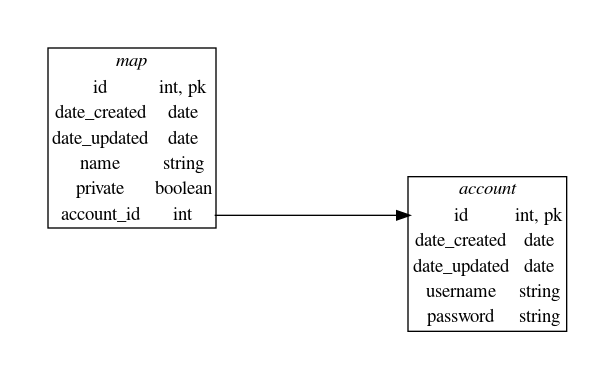
This is doc/database_diagram.png from anroysko/path-optimizer-site, a Graphviz export, as it was before one commit. Its source is kept beside it as doc/database_diagram.dot.
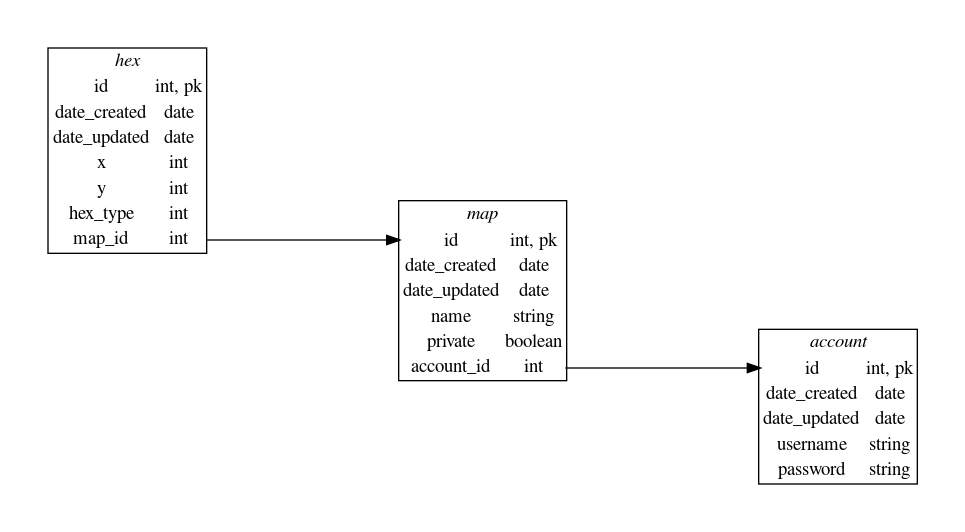
The same file after the commit.

Change to the diagram source:
```diff
@@ -17,14 +17,27 @@
 	map [label=<
 	<table border="1" cellborder="0" cellspacing="0">
 		<tr><td colspan="2"><i>map</i></td></tr>
-		<tr><td>id</td><td>int, pk</td></tr>
+		<tr><td port="2">id</td><td>int, pk</td></tr>
 		<tr><td>date_created</td><td>date</td></tr>
 		<tr><td>date_updated</td><td>date</td></tr>
 		<tr><td>name</td><td>string</td></tr>
 		<tr><td>private</td><td>boolean</td></tr>
-		<tr><td>account_id</td><td port="2">int</td></tr>
+		<tr><td>account_id</td><td port="3">int</td></tr>
+	</table>>];
+
+	hex [label=<
+	<table border="1" cellborder="0" cellspacing="0">
+		<tr><td colspan="2"><i>hex</i></td></tr>
+		<tr><td>id</td><td>int, pk</td></tr>
+		<tr><td>date_created</td><td>date</td></tr>
+		<tr><td>date_updated</td><td>date</td></tr>
+		<tr><td>x</td><td>int</td></tr>
+		<tr><td>y</td><td>int</td></tr>
+		<tr><td>hex_type</td><td>int</td></tr>
+		<tr><td>map_id</td><td port="4">int</td></tr>
 	</table>>];
 
 
-	map:2 -> account:1;
+	map:3 -> account:1;
+	hex:4 -> map:2;
 }
```
